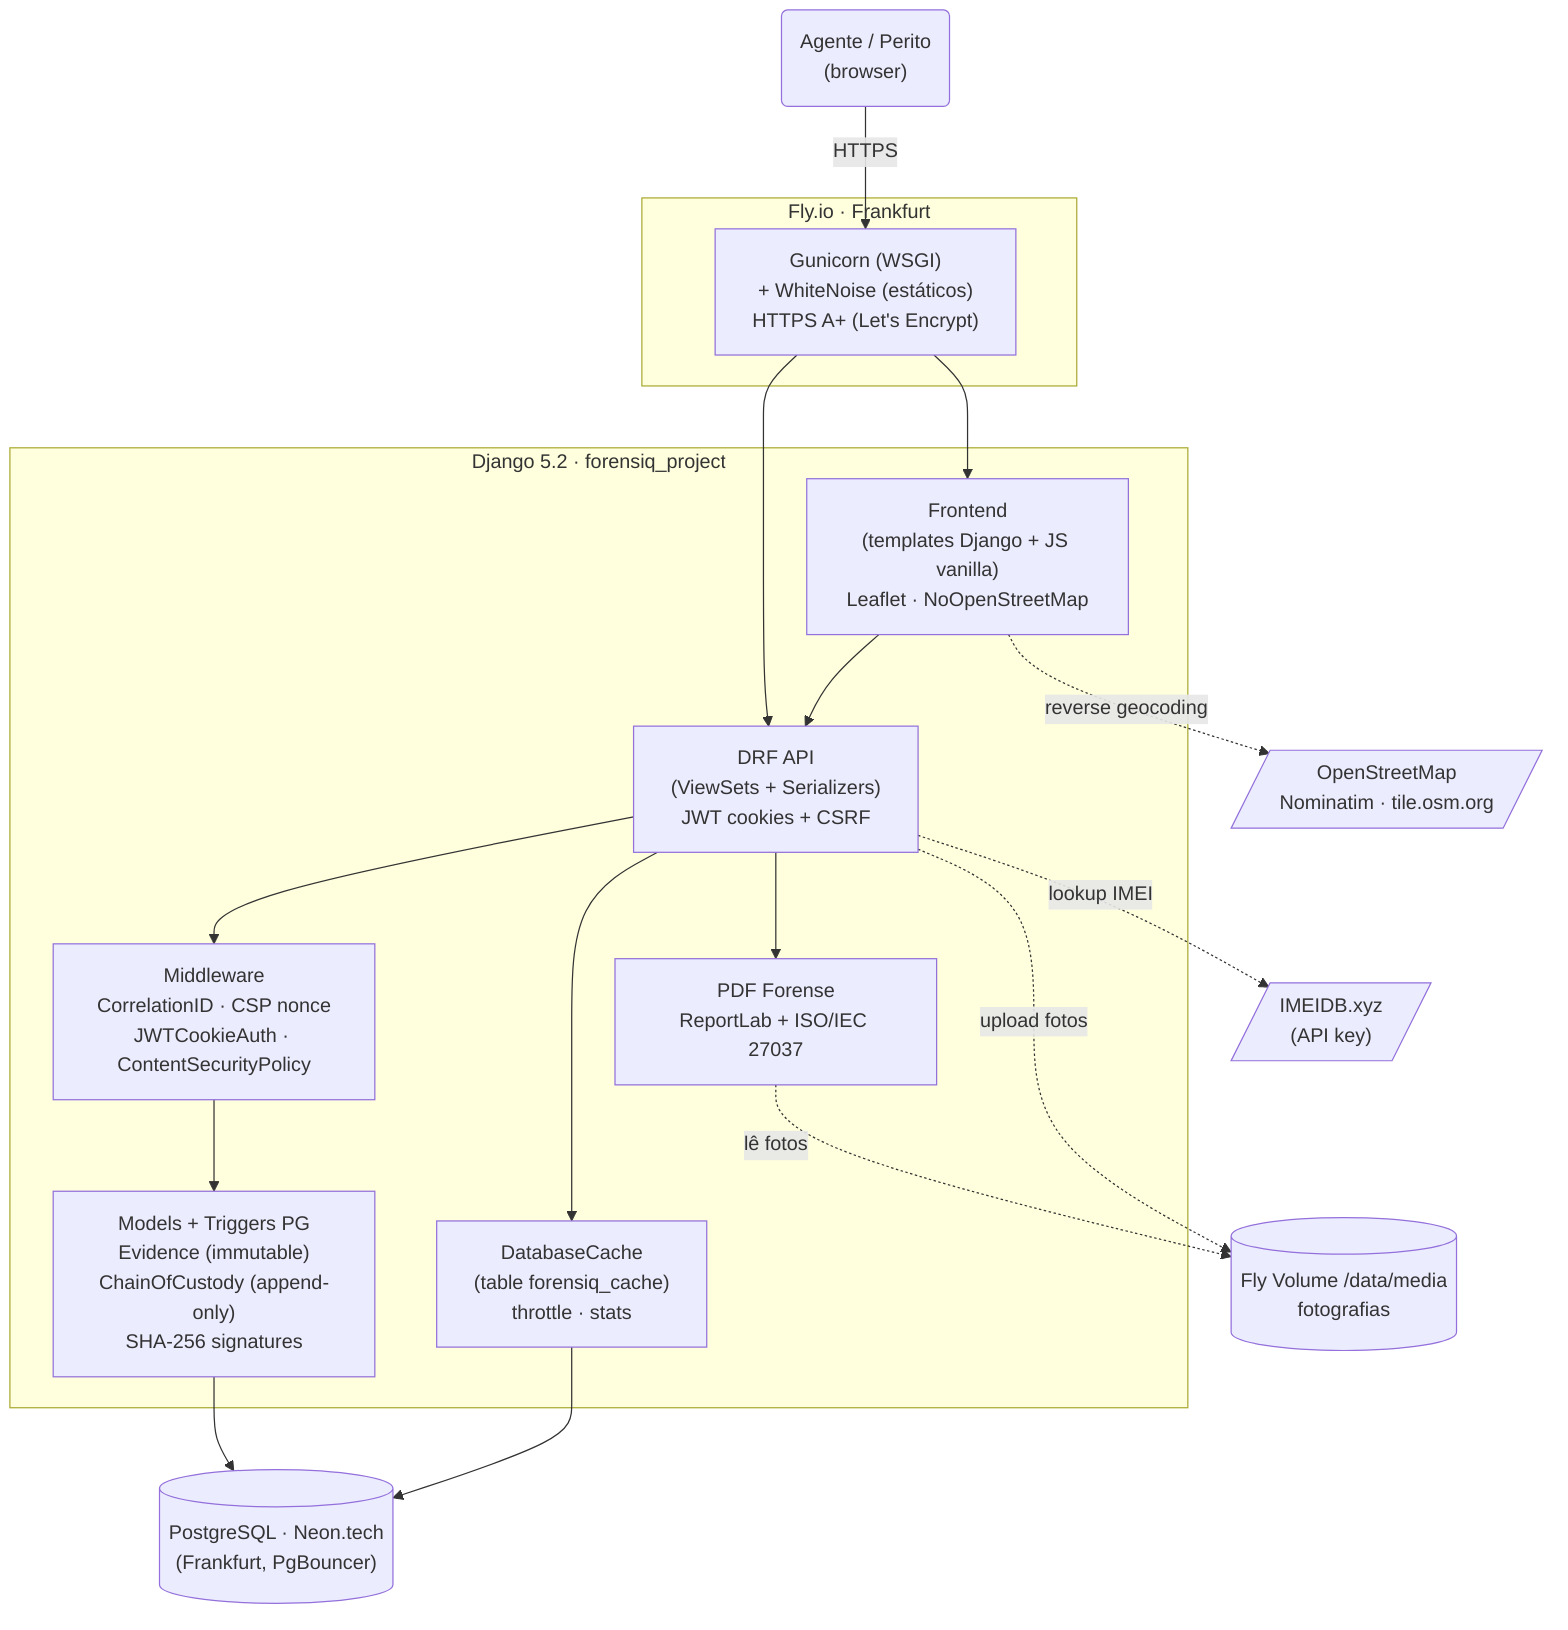
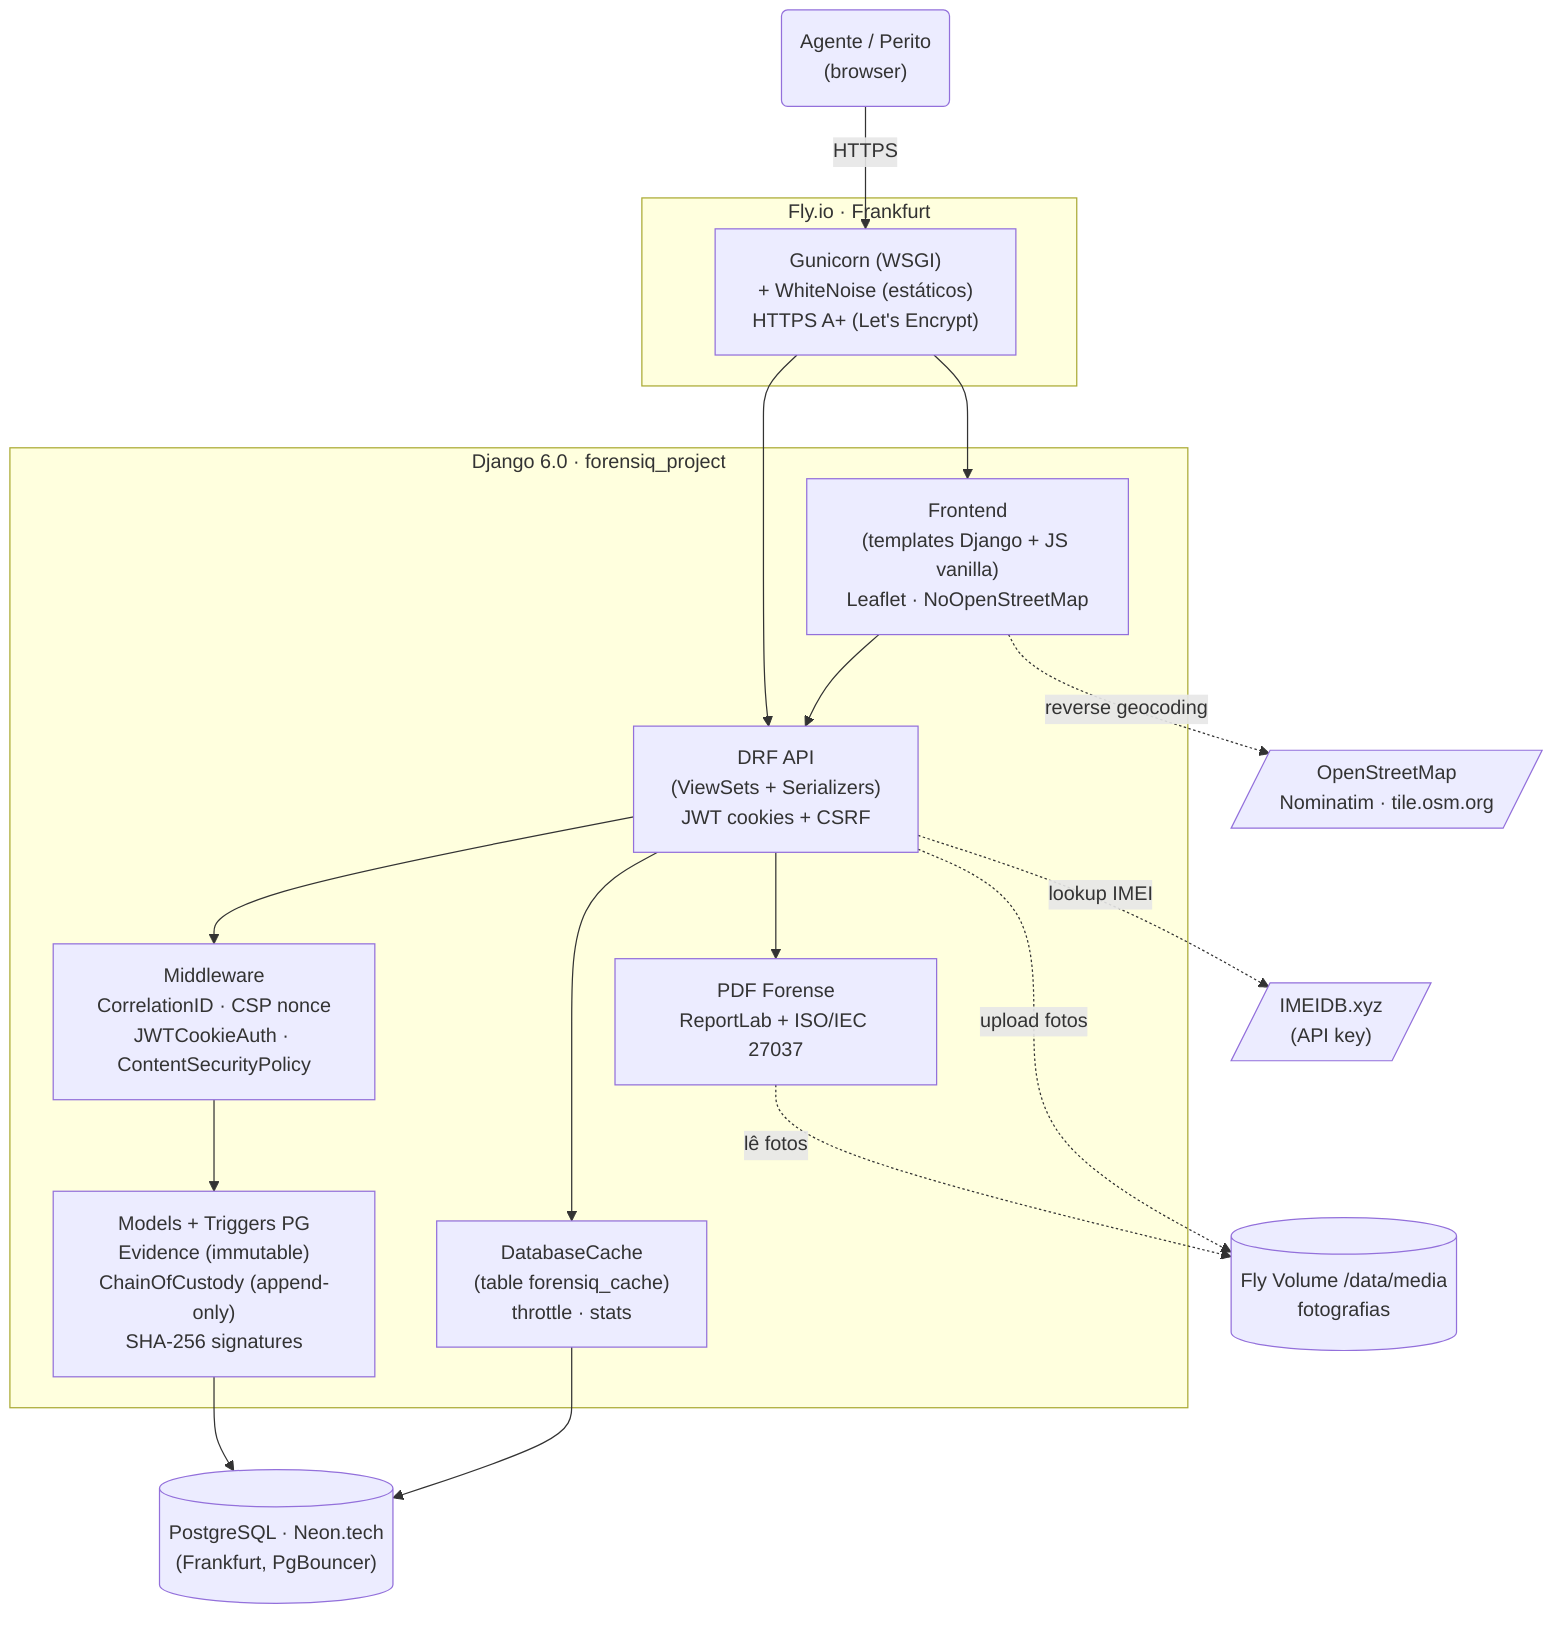
%% ForensiQ — C4 Nível 2 (Containers)
%% Renderizar: npx -p @mermaid-js/mermaid-cli mmdc -i c4-container.mmd -o c4-container.png -b transparent -w 2000

flowchart TB
    User("Agente / Perito<br/>(browser)")

    subgraph Edge["Fly.io · Frankfurt"]
        Gunicorn["Gunicorn (WSGI)<br/>+ WhiteNoise (estáticos)<br/>HTTPS A+ (Let's Encrypt)"]
    end

-     subgraph App["Django 5.2 · forensiq_project"]
+     subgraph App["Django 6.0 · forensiq_project"]
        Frontend["Frontend<br/>(templates Django + JS vanilla)<br/>Leaflet · NoOpenStreetMap"]
        DRF["DRF API<br/>(ViewSets + Serializers)<br/>JWT cookies + CSRF"]
        Middleware["Middleware<br/>CorrelationID · CSP nonce<br/>JWTCookieAuth · ContentSecurityPolicy"]
        Models["Models + Triggers PG<br/>Evidence (immutable)<br/>ChainOfCustody (append-only)<br/>SHA-256 signatures"]
        Cache["DatabaseCache<br/>(table forensiq_cache)<br/>throttle · stats"]
        PDFGen["PDF Forense<br/>ReportLab + ISO/IEC 27037"]
    end

    Neon[("PostgreSQL · Neon.tech<br/>(Frankfurt, PgBouncer)")]
    OSM[/"OpenStreetMap<br/>Nominatim · tile.osm.org"/]
    IMEI[/"IMEIDB.xyz<br/>(API key)"/]
    Volume[("Fly Volume /data/media<br/>fotografias")]

    User -->|"HTTPS"| Gunicorn
    Gunicorn --> Frontend
    Gunicorn --> DRF
    Frontend --> DRF
    DRF --> Middleware
    Middleware --> Models
    Models --> Neon
    DRF --> Cache --> Neon
    DRF --> PDFGen
    Frontend -.->|"reverse geocoding"| OSM
    DRF -.->|"lookup IMEI"| IMEI
    PDFGen -.->|"lê fotos"| Volume
    DRF -.->|"upload fotos"| Volume
